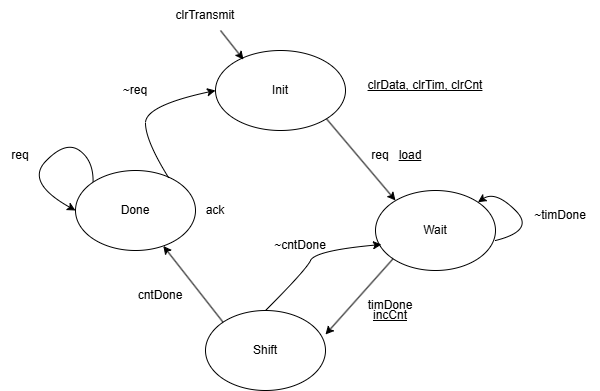
jason-w-cramer/Basys3UART keeps this draw.io diagram as README_pictures/Transmitter_State_Machine.png. Above is the earlier version. Source tidied: cells renumbered, new cells last; positions are measured from the earlier drawing's top-left corner, leaving out a move shared by most shapes.
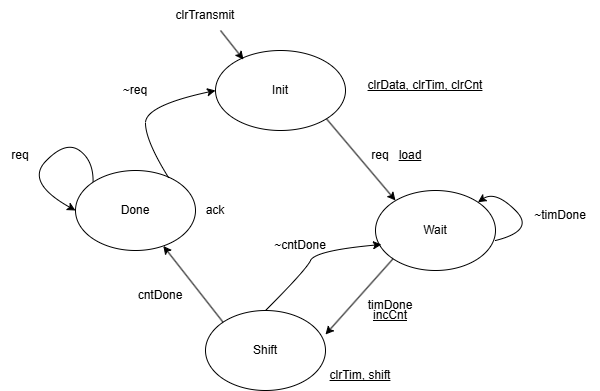
The same diagram one commit later.

Commit message:
Fixed error in transmitter state machine png

Change to the diagram source:
```diff
@@ -110,5 +110,8 @@
     <mxCell id="29" value="~req" style="text;html=1;whiteSpace=wrap;strokeColor=none;fillColor=none;align=center;verticalAlign=middle;rounded=0;" parent="1" vertex="1">
       <mxGeometry x="110" y="75" width="50" height="30" as="geometry" />
     </mxCell>
+    <mxCell id="30" value="clrTim, shift" style="text;html=1;whiteSpace=wrap;strokeColor=none;fillColor=none;align=center;verticalAlign=middle;rounded=0;fontStyle=4;" parent="1" vertex="1">
+      <mxGeometry x="320" y="360" width="80" height="30" as="geometry" />
+    </mxCell>
   </root>
 </mxGraphModel>
```
